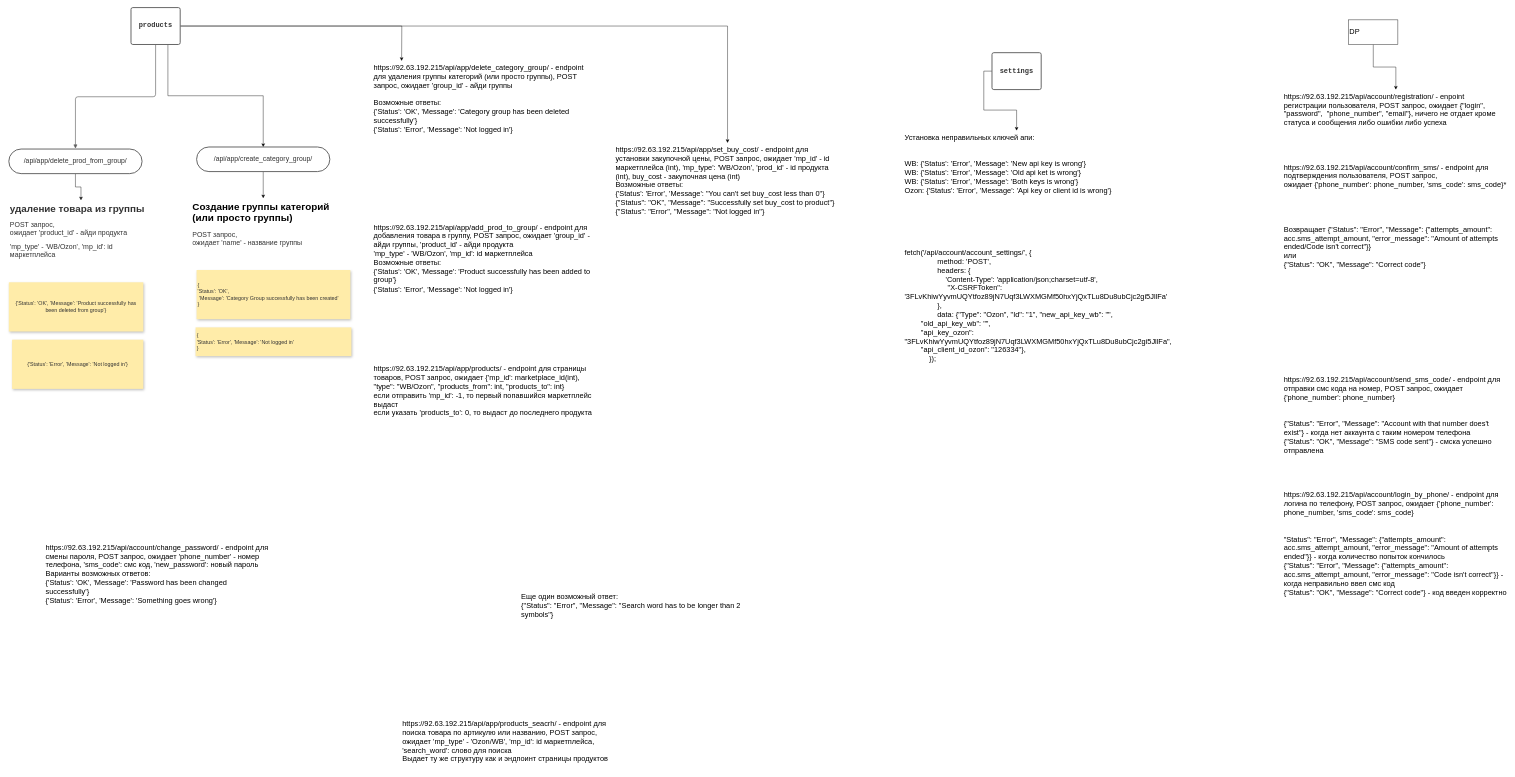
psihioga/cb-test keeps this draw.io diagram as Untitled Diagram.drawio. Above is the earlier version. Source tidied: cells renumbered, new cells numbered last; positions are measured from the earlier drawing's top-left corner, leaving out a move shared by most shapes. Both pictures are drawn from the tidied source at 41%, with x=0, y=0 at pixel (8, 7).
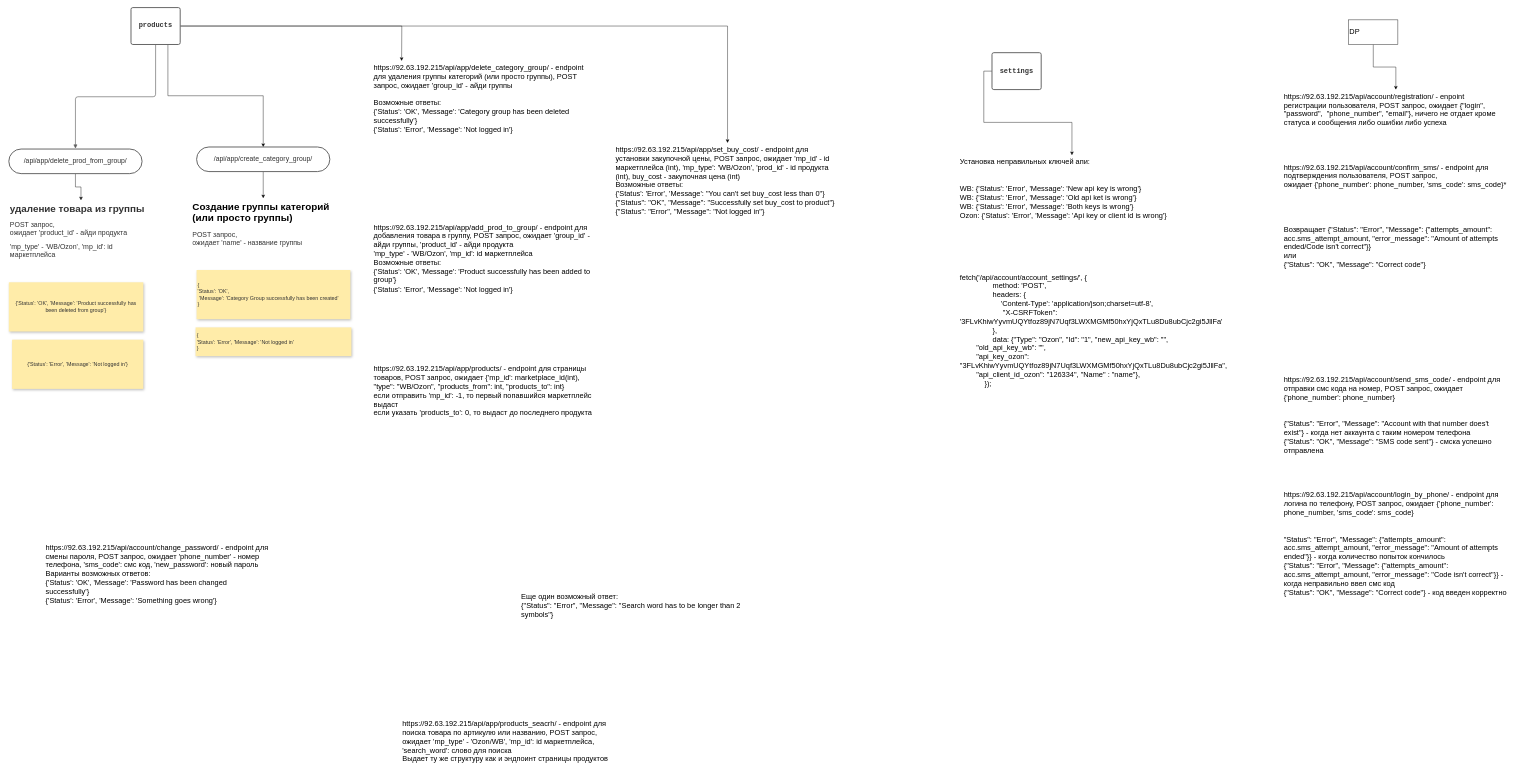
After the change.

The edit, as a diff of the source:
```diff
@@
-    <mxCell id="20" value="Установка неправильных ключей апи:&#10;&#10;&#10;WB: {'Status': 'Error', 'Message': 'New api key is wrong'}&#10;WB: {'Status': 'Error', 'Message': 'Old api ket is wrong'}&#10;WB: {'Status': 'Error', 'Message': 'Both keys is wrong'}&#10;Ozon: {'Status': 'Error', 'Message': 'Api key or client id is wrong'}&#10;&#10;&#10;&#10;&#10;&#10;&#10;fetch('/api/account/account_settings/', {&#10;                method: 'POST',&#10;                headers: {&#10;                    'Content-Type': 'application/json;charset=utf-8', &#10;                     &quot;X-CSRFToken&quot;: '3FLvKhiwYyvmUQYtfoz89jN7Uqf3LWXMGMf50hxYjQxTLu8Du8ubCjc2gi5JllFa'&#10;                },&#10;                data: {&quot;Type&quot;: &quot;Ozon&quot;, &quot;Id&quot;: &quot;1&quot;, &quot;new_api_key_wb&quot;: &quot;&quot;,&#10;        &quot;old_api_key_wb&quot;: &quot;&quot;,&#10;        &quot;api_key_ozon&quot;: &quot;3FLvKhiwYyvmUQYtfoz89jN7Uqf3LWXMGMf50hxYjQxTLu8Du8ubCjc2gi5JllFa&quot;,&#10;        &quot;api_client_id_ozon&quot;: &quot;126334&quot;},&#10;            });" style="text;whiteSpace=wrap;html=1;fontSize=18;" parent="1" vertex="1">
-      <mxGeometry x="2185" y="300" width="550" height="590" as="geometry" />
+    <mxCell id="20" value="Установка неправильных ключей апи:&lt;br&gt;&lt;br&gt;&lt;br&gt;WB: {'Status': 'Error', 'Message': 'New api key is wrong'}&lt;br&gt;WB: {'Status': 'Error', 'Message': 'Old api ket is wrong'}&lt;br&gt;WB: {'Status': 'Error', 'Message': 'Both keys is wrong'}&lt;br&gt;Ozon: {'Status': 'Error', 'Message': 'Api key or client id is wrong'}&lt;br&gt;&lt;br&gt;&lt;br&gt;&lt;br&gt;&lt;br&gt;&lt;br&gt;&lt;br&gt;fetch('/api/account/account_settings/', {&lt;br&gt;&amp;nbsp; &amp;nbsp; &amp;nbsp; &amp;nbsp; &amp;nbsp; &amp;nbsp; &amp;nbsp; &amp;nbsp; method: 'POST',&lt;br&gt;&amp;nbsp; &amp;nbsp; &amp;nbsp; &amp;nbsp; &amp;nbsp; &amp;nbsp; &amp;nbsp; &amp;nbsp; headers: {&lt;br&gt;&amp;nbsp; &amp;nbsp; &amp;nbsp; &amp;nbsp; &amp;nbsp; &amp;nbsp; &amp;nbsp; &amp;nbsp; &amp;nbsp; &amp;nbsp; 'Content-Type': 'application/json;charset=utf-8',&amp;nbsp;&lt;br&gt;&amp;nbsp; &amp;nbsp; &amp;nbsp; &amp;nbsp; &amp;nbsp; &amp;nbsp; &amp;nbsp; &amp;nbsp; &amp;nbsp; &amp;nbsp; &amp;nbsp;&quot;X-CSRFToken&quot;: '3FLvKhiwYyvmUQYtfoz89jN7Uqf3LWXMGMf50hxYjQxTLu8Du8ubCjc2gi5JllFa'&lt;br&gt;&amp;nbsp; &amp;nbsp; &amp;nbsp; &amp;nbsp; &amp;nbsp; &amp;nbsp; &amp;nbsp; &amp;nbsp; },&lt;br&gt;&amp;nbsp; &amp;nbsp; &amp;nbsp; &amp;nbsp; &amp;nbsp; &amp;nbsp; &amp;nbsp; &amp;nbsp; data: {&quot;Type&quot;: &quot;Ozon&quot;, &quot;Id&quot;: &quot;1&quot;, &quot;new_api_key_wb&quot;: &quot;&quot;,&lt;br&gt;&amp;nbsp; &amp;nbsp; &amp;nbsp; &amp;nbsp; &quot;old_api_key_wb&quot;: &quot;&quot;,&lt;br&gt;&amp;nbsp; &amp;nbsp; &amp;nbsp; &amp;nbsp; &quot;api_key_ozon&quot;: &quot;3FLvKhiwYyvmUQYtfoz89jN7Uqf3LWXMGMf50hxYjQxTLu8Du8ubCjc2gi5JllFa&quot;,&lt;br&gt;&amp;nbsp; &amp;nbsp; &amp;nbsp; &amp;nbsp; &quot;api_client_id_ozon&quot;: &quot;126334&quot;, &quot;Name&quot; : &quot;name&quot;},&lt;br&gt;&amp;nbsp; &amp;nbsp; &amp;nbsp; &amp;nbsp; &amp;nbsp; &amp;nbsp; });" style="text;whiteSpace=wrap;html=1;fontSize=18;" parent="1" vertex="1">
+      <mxGeometry x="2320" y="360" width="550" height="590" as="geometry" />
     </mxCell>
```
